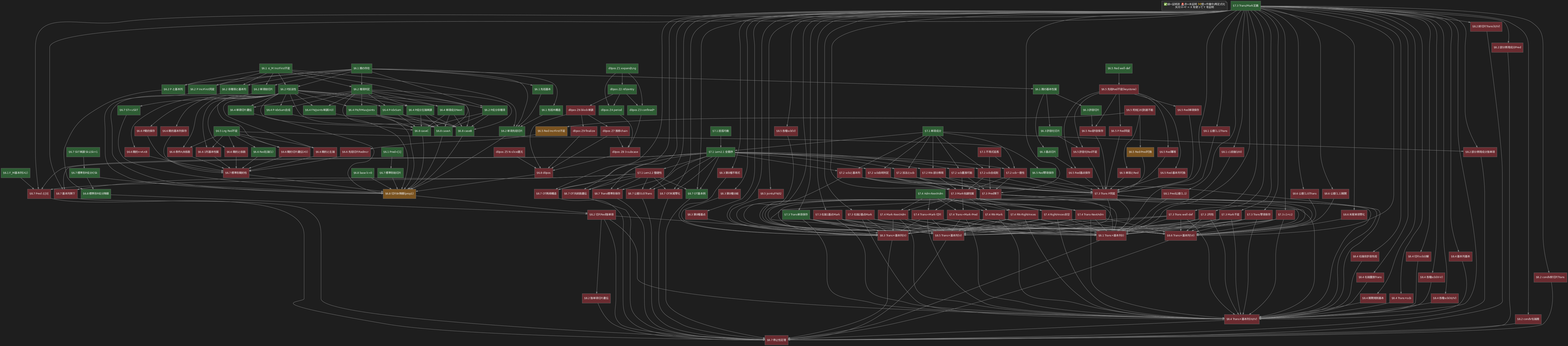
Earlier version of the Graphviz export dag.png (koteitan/pss-proof). Its source is kept beside it as dag.dot. The source it was exported from:
```dot
digraph pss {
  rankdir=TB;   /* 前提(上) → 結論(下)、ゴール §8.7 を最下段に */
  graph [nodesep=0.18, ranksep=0.6, bgcolor="#1e1e1e"];
  node [fontcolor="#eaeaea", color="#666666"];
  edge [color="#7a7a7a", arrowsize=0.6];
  node [shape=box, style=filled, fontsize=10, fontname="sans"];
  edge [color="#888888", arrowsize=0.6];
  G [label="✅緑=証明済  🚨赤=未証明  🚧橙=作業中/再定式化\n矢印 X→Y = X を使って Y を証明", shape=note, fillcolor="#2a2a2a"];

  /* ===== color classes ===== */
  /* green #2e5d34, red #6b2b30, orange #7a5320 */

  /* ===================== §8.7 主結果 (ROOT) ===================== */
    T87 [label="§8.7 停止性定理", fillcolor="#6b2b30"];
    a_const00 [label="§8.7 公差(0,0)Trans", fillcolor="#6b2b30"];
    a_fseq [label="§8.7 基本列降下", fillcolor="#6b2b30"];
    a_otrec [label="§8.7 OT再帰構造", fillcolor="#6b2b30"];
    a_otdom [label="§8.7 OT共終数遺伝", fillcolor="#6b2b30"];
    a_ottail [label="§8.7 OT末尾零化", fillcolor="#6b2b30"];
    a_pred0 [label="§8.7 Pred と[0]", fillcolor="#6b2b30"];
    a_otex [label="§8.7 OT基本例", fillcolor="#2e5d34"];
    a_transOT [label="§8.7 Trans標準形保存", fillcolor="#6b2b30"];

  /* ===================== §8.2 強単項性 (critical) ===================== */
    p82_sm [label="§8.2 切片Red強単項", fillcolor="#6b2b30"];
    p82_t24 [label="§8.2 終切片Trans(II/IV)", fillcolor="#6b2b30"];
    p82_smsl [label="§8.2 強単項切片遺伝", fillcolor="#6b2b30"];
    p82_cPred [label="§8.2 部分表現成分Pred", fillcolor="#6b2b30"];
    p82_csm [label="§8.2 部分表現成分強単項", fillcolor="#6b2b30"];
    p82_vpar [label="§8.2 condV右端親", fillcolor="#6b2b30"];
    p82_vt [label="§8.2 condV終切片Trans", fillcolor="#6b2b30"];

  /* ===================== §8.1/3/4/5/6 展開規則 ===================== */
    p81_ex [label="§8.1 Trans×基本列(I)", fillcolor="#6b2b30"];
    p81_d11 [label="§8.1 公差(1,1)Trans", fillcolor="#6b2b30"];
    p81_pd [label="§8.1 Pred公差(1,1)", fillcolor="#6b2b30"];
    p81_c1 [label="§8.1 c1前後(I/III)", fillcolor="#6b2b30"];
    p83_ex [label="§8.3 Trans×基本列(II)", fillcolor="#6b2b30"];
    p83_iq [label="§8.3 第0種不等式", fillcolor="#6b2b30"];
    p83_br [label="§8.3 第0種分岐", fillcolor="#6b2b30"];
    p83_mk [label="§8.3 第0種基点", fillcolor="#6b2b30"];
    p84_ex [label="§8.4 Trans×基本列(III/IV)", fillcolor="#6b2b30"];
    p84_na [label="§8.4 右端非許容先祖", fillcolor="#6b2b30"];
    p84_rp [label="§8.4 右端置換Trans", fillcolor="#6b2b30"];
    p84_rule [label="§8.4 展開規則基本", fillcolor="#6b2b30"];
    p84_scb [label="§8.4 Trans×scb", fillcolor="#6b2b30"];
    p84_sl [label="§8.4 切片scb分解", fillcolor="#6b2b30"];
    p84_sv [label="§8.4 各種scb(III-V)", fillcolor="#6b2b30"];
    p84_s4 [label="§8.4 各種scb(III/IV)", fillcolor="#6b2b30"];
    p84_fs [label="§8.4 基本列基本", fillcolor="#6b2b30"];
    p85_ex [label="§8.5 Trans×基本列(V)", fillcolor="#6b2b30"];
    p85_jf [label="§8.5 Joints/FN/t2", fillcolor="#6b2b30"];
    p85_scb [label="§8.5 各種scb(V)", fillcolor="#6b2b30"];
    p86_ex [label="§8.6 Trans×基本列(VI)", fillcolor="#6b2b30"];
    p86_d10 [label="§8.6 公差(1,0)Trans", fillcolor="#6b2b30"];
    p86_d11 [label="§8.6 公差(1,1)展開", fillcolor="#6b2b30"];
    p86_an [label="§8.6 末尾単項零化", fillcolor="#6b2b30"];

  /* ===================== §7.3 翻訳写像 ===================== */
    transdef [label="§7.3 Trans/Mark定義", fillcolor="#2e5d34"];
    p73_wd [label="§7.3 Trans well-def", fillcolor="#6b2b30"];
    p73_2col [label="§7.3 2列性", fillcolor="#6b2b30"];
    p73_Pinv [label="§7.3 Trans P同変", fillcolor="#6b2b30"];
    p73_Mkinv [label="§7.3 Mark不変", fillcolor="#6b2b30"];
    p73_zero [label="§7.3 Trans零項保存", fillcolor="#6b2b30"];
    p73_c1c2 [label="§7.3 c1<c2", fillcolor="#6b2b30"];
    p73_pred [label="§7.3 Pred降下", fillcolor="#6b2b30"];
    p73_mono [label="§7.3 Trans単項保存", fillcolor="#2e5d34"];
    p73_mk1 [label="§7.3 右端1基点Mark", fillcolor="#6b2b30"];
    p73_mk2 [label="§7.3 右端2基点Mark", fillcolor="#6b2b30"];
    p73_etc [label="§7.3 Mark他諸性質", fillcolor="#6b2b30"];

  /* ===================== §7.4 許容的親子 ===================== */
    p74_adm [label="§7.4 Adm-NextAdm", fillcolor="#2e5d34"];
    p74_tna [label="§7.4 Trans-NextAdm", fillcolor="#6b2b30"];
    p74_mna [label="§7.4 Mark-NextAdm", fillcolor="#6b2b30"];
    p74_tmp [label="§7.4 Trans=Mark·Pred", fillcolor="#6b2b30"];
    p74_tms [label="§7.4 Trans=Mark·切片", fillcolor="#6b2b30"];
    p74_rnm [label="§7.4 RN-Mark", fillcolor="#6b2b30"];
    p74_rnra [label="§7.4 RN-RightAnces", fillcolor="#6b2b30"];
    p74_razero [label="§7.4 RightAnces非空", fillcolor="#6b2b30"];

  /* ===================== §7.2 scb 分解 ===================== */
    s_repl [label="§7.2 scb置換可能", fillcolor="#6b2b30"];
    s_comp [label="§7.2 scb合成則", fillcolor="#6b2b30"];
    s_triv [label="§7.2 scb自明判定", fillcolor="#6b2b30"];
    s_uniq [label="§7.2 scb一意性", fillcolor="#6b2b30"];
    s_add [label="§7.2 加法とscb", fillcolor="#6b2b30"];
    s_fseq [label="§7.2 scbと基本列", fillcolor="#6b2b30"];
    s_rn [label="§7.2 RN-部分表現", fillcolor="#6b2b30"];

  /* ===================== §7.1 Buchholz表記 ===================== */
    p71_par [label="§7.1 括弧均衡", fillcolor="#2e5d34"];
    p71_tc [label="§7.1 単項成分", fillcolor="#2e5d34"];
    p71_ext [label="§7.1 不等式延長", fillcolor="#6b2b30"];
    lem21 [label="§7.1 Lem2.1 全順序", fillcolor="#2e5d34"];
    lem22 [label="§7.1 Lem2.2 整礎性", fillcolor="#6b2b30"];

  /* ===================== §6.8 降順性 ===================== */
    p68_p1 [label="§6.8 切片Br降順(prop1)", fillcolor="#7a5320"];
    p68_p2 [label="§6.8 標準形P成分降順", fillcolor="#2e5d34"];
    c_base [label="§6.8 base k=0", fillcolor="#2e5d34"];
    c_A [label="§6.8 caseA", fillcolor="#2e5d34"];
    c_B [label="§6.8 caseB", fillcolor="#2e5d34"];
    c_C [label="§6.8 caseC", fillcolor="#2e5d34"];
    c_d0pos [label="§6.8 d0pos", fillcolor="#6b2b30"];

  /* d0pos infra Z1-Z9 */
    Z1 [label="d0pos Z1 expand/Lng", fillcolor="#2e5d34"];
    Z2 [label="d0pos Z2 nth/entry", fillcolor="#2e5d34"];
    Z3 [label="d0pos Z3 confined*", fillcolor="#2e5d34"];
    Z4 [label="d0pos Z4 period", fillcolor="#2e5d34"];
    Z5 [label="d0pos Z5 N-slice還元", fillcolor="#6b2b30"];
    Z6 [label="d0pos Z6 block単調", fillcolor="#6b2b30"];
    Z7 [label="d0pos Z7 推移chain", fillcolor="#6b2b30"];
    Z8 [label="d0pos Z8 3-subcase", fillcolor="#6b2b30"];
    Z9 [label="d0pos Z9 finalize", fillcolor="#6b2b30"];

  /* ===================== §6.7 標準形 ===================== */
    p67_un [label="§6.7 ST=∪SkT", fillcolor="#2e5d34"];
    p67_red [label="§6.7 標準形簡約性", fillcolor="#6b2b30"];
    p67_Pc [label="§6.7 標準形P成分∈Sk", fillcolor="#2e5d34"];
    p67_pre [label="§6.7 標準形始切片", fillcolor="#2e5d34"];
    SkTmono [label="§6.7 SkT単調 Sk⊆Sk+1", fillcolor="#2e5d34"];

  /* ===================== §6.6 簡約性 ===================== */
    p66_sl [label="§6.6 簡約切片遺伝(A5)", fillcolor="#6b2b30"];
    p66_P [label="§6.6 P簡約保存", fillcolor="#6b2b30"];
    p66_op [label="§6.6 簡約基本列保存", fillcolor="#6b2b30"];
    p66_iff [label="§6.6 簡約⟺A∧B", fillcolor="#6b2b30"];
    p66_le1 [label="§6.6 Red左端(1)", fillcolor="#2e5d34"];
    p66_coef [label="§6.6 簡約と係数", fillcolor="#6b2b30"];
    p66_le [label="§6.6 簡約と左端", fillcolor="#6b2b30"];
    p66_AB [label="§6.6 条件A/B係数", fillcolor="#6b2b30"];
    p66_ari [label="§6.6 先祖切片RedIncr", fillcolor="#6b2b30"];
    p66_1c [label="§6.6 1列基本性質", fillcolor="#6b2b30"];

  /* ===================== §6.5 簡約化 Red ===================== */
    r_wd [label="§6.5 Red well-def", fillcolor="#2e5d34"];
    r_incr [label="§6.5 Red IncrFirst不変", fillcolor="#7a5320"];
    r_lng [label="§6.5 Lng Red不変", fillcolor="#2e5d34"];
    r_zero [label="§6.5 Red零項保存", fillcolor="#2e5d34"];
    r_le [label="§6.5 先祖Red不変(keystone)", fillcolor="#6b2b30"];
    r_mono [label="§6.5 Red単項保存", fillcolor="#6b2b30"];
    r_PRed [label="§6.5 P Red同変", fillcolor="#6b2b30"];
    r_idem [label="§6.5 Red冪等", fillcolor="#6b2b30"];
    r_pred [label="§6.5 Red·Pred可換", fillcolor="#7a5320"];
    r_oper [label="§6.5 Red·基本列可換", fillcolor="#6b2b30"];
    r_adm [label="§6.5 Red許容保存", fillcolor="#6b2b30"];
    r_admof [label="§6.5 許容化Red不変", fillcolor="#6b2b30"];
    r_mark [label="§6.5 Red基点保存", fillcolor="#6b2b30"];
    r_mRed [label="§6.5 単項とRed", fillcolor="#6b2b30"];
    dead20 [label="§6.5 死枝[20]到達不能", fillcolor="#6b2b30"];

  /* ===================== §6.1-6.4 (全✅) ===================== */
    p64_idx [label="§6.4 P-IdxSum", fillcolor="#2e5d34"];
    p64_idxc [label="§6.4 P-IdxSum合成", fillcolor="#2e5d34"];
    p64_lend [label="§6.4 P成分左端単調", fillcolor="#2e5d34"];
    p64_next [label="§6.4 単項成分Next", fillcolor="#2e5d34"];
    p64_ftj [label="§6.4 FN/TrMax/Joints", fillcolor="#2e5d34"];
    p64_ftjm [label="§6.4 FN/Joints単調(A3)", fillcolor="#2e5d34"];
    p64_sl [label="§6.4 単項切片遺伝", fillcolor="#2e5d34"];
    p62_crit [label="§6.2 複項判定", fillcolor="#2e5d34"];
    p62_pre [label="§6.2 単項始切片", fillcolor="#2e5d34"];
    p62_anc [label="§6.2 単項先祖切片", fillcolor="#2e5d34"];
    p62_Pinv [label="§6.2 P IncrFirst同変", fillcolor="#2e5d34"];
    p62_Pnm [label="§6.2 P成分非複項", fillcolor="#2e5d34"];
    p62_Padd [label="§6.2 P加法性", fillcolor="#2e5d34"];
    p62_Pop [label="§6.2 P と基本列", fillcolor="#2e5d34"];
    p62_nmop [label="§6.2 非複項と基本列", fillcolor="#2e5d34"];
    p63_sl [label="§6.3 許容切片", fillcolor="#2e5d34"];
    p63_of [label="§6.3 許容化切片", fillcolor="#2e5d34"];
    p63_mk [label="§6.3 基点切片", fillcolor="#2e5d34"];
    p61 [label="§6.1 ≤_M IncrFirst不変", fillcolor="#2e5d34"];
    p5_pex [label="§6.1 親の存在", fillcolor="#2e5d34"];
    p5_pb [label="§6.1 親の基本性質", fillcolor="#2e5d34"];
    p5_ab [label="§6.1 先祖基本", fillcolor="#2e5d34"];
    p5_at [label="§6.1 先祖木構造", fillcolor="#2e5d34"];
    p5_pred [label="§6.1 Pred=[1]", fillcolor="#2e5d34"];
    p5_F [label="§6.1 F_M基本列(A1)", fillcolor="#2e5d34"];

  /* ===================== EDGES (前提 → 結論) ===================== */
  /* --- §8.7 root (sink) --- */
  {a_const00 a_fseq a_otrec a_otdom a_ottail a_pred0 a_otex a_transOT} -> T87;
  {p81_ex p83_ex p84_ex p85_ex p86_ex p82_sm} -> T87;

  /* --- critical path --- */
  p68_p1 -> p82_sm;
  p82_sm -> p82_smsl;
  transdef -> {p82_t24 p82_csm p82_cPred p82_vpar p82_vt};
  p71_tc -> p82_csm;

  /* --- §6.8 prop1 internal --- */
  {c_base c_A c_B c_C c_d0pos} -> p68_p1;
  {p62_Padd p62_Pnm p62_crit p64_idx p64_next p64_ftj p64_lend} -> {c_A c_B c_C};
  p67_Pc -> p68_p1;
  {Z5 Z6 Z7 Z8 Z9} -> c_d0pos;
  Z1 -> Z2; Z2 -> Z3; Z2 -> Z4; Z1 -> Z3; Z1 -> Z4;
  Z2 -> Z6; Z6 -> Z7; Z7 -> Z8; Z3 -> Z8; Z4 -> Z8; Z6 -> Z9;
  p67_Pc -> p68_p2; p62_Pop -> p68_p2;
  SkTmono -> p67_Pc;

  /* --- §6.5 internal (A4 / dead20) --- */
  r_lng -> r_zero;
  dead20 -> r_incr;
  dead20 -> r_pred;
  dead20 -> r_mRed;
  r_le -> {r_mono r_PRed r_idem r_oper r_adm r_admof r_mark};
  r_wd -> r_le;

  /* --- §6.6 --- */
  r_lng -> p66_le1;
  p62_Padd -> {p66_P p66_op p66_iff};
  r_incr -> p66_ari;

  /* --- §6.7 --- */
  p62_pre -> p67_un;
  p5_pred -> p67_pre;
  p66_iff -> p67_red;

  /* --- §7.1 → §7.2 → §7.3 → §7.4 --- */
  {p71_par p71_tc} -> lem21;
  lem21 -> lem22;
  p71_ext -> {s_comp s_uniq};
  {lem21 p71_tc} -> {s_repl s_comp s_triv s_uniq s_add s_fseq s_rn};
  transdef -> {p73_wd p73_2col p73_Pinv p73_Mkinv p73_zero p73_c1c2 p73_pred p73_mono p73_mk1 p73_mk2 p73_etc};
  {s_repl s_comp s_triv s_uniq s_add s_fseq s_rn} -> {p73_Pinv p73_pred p73_etc};
  {p73_etc p74_adm} -> {p74_tna p74_mna p74_tmp p74_tms p74_rnm p74_rnra p74_razero};

  /* --- §7.3/§7.4 Trans/Mark 諸性質 → §8 展開規則 --- */
  {p73_wd p73_2col p73_Pinv p73_Mkinv p73_zero p73_c1c2 p73_pred p73_mono p73_mk1 p73_mk2 p73_etc
   p74_tna p74_mna p74_tmp p74_tms p74_rnm p74_rnra p74_razero} -> {p81_ex p83_ex p84_ex p85_ex p86_ex};

  /* --- §8.x: 定義+補助補題 → 各節の主交換命題 → T87 --- */
  transdef -> {p81_ex p81_d11 p81_pd p81_c1
               p83_ex p83_iq p83_br p83_mk
               p84_ex p84_na p84_rp p84_rule p84_scb p84_sl p84_sv p84_s4 p84_fs
               p85_ex p85_jf p85_scb  p86_ex p86_d10 p86_d11 p86_an};
  {p81_d11 p81_pd p81_c1} -> p81_ex;
  {p83_iq p83_br p83_mk} -> p83_ex;
  {p84_na p84_rp p84_rule p84_scb p84_sl p84_sv p84_s4 p84_fs} -> p84_ex;
  {p85_jf p85_scb} -> p85_ex;
  {p86_d10 p86_d11 p86_an} -> p86_ex;
  s_uniq -> p84_ex; s_fseq -> p85_ex; p82_sm -> {p83_ex p84_ex};

  /* --- §8.2 残りの補題 → T87 --- */
  {p82_t24 p82_smsl p82_cPred p82_csm p82_vpar p82_vt} -> T87;

  /* --- §8.7 補助 → T87(既), 整礎性も寄与 --- */
  {transdef lem21 lem22} -> {a_const00 a_fseq a_otrec a_otdom a_ottail a_pred0 a_otex a_transOT};

  /* --- §6.x foundations (sources) --- */
  {p5_pex p61} -> {p62_crit p62_pre p62_anc p62_Pinv p62_Pnm p62_Padd p62_Pop p62_nmop};
  {p62_Padd p62_crit} -> {p64_idx p64_idxc p64_lend p64_next p64_ftj p64_ftjm p64_sl};
  p5_pb -> {p63_sl p63_of p63_mk};
  p5_pex -> {p5_pb p5_ab p5_at};

  /* --- coarse 下流配線: T87 以外の dead-end を解消 (節間, 向き=前提→結論) --- */
  {p5_ab p5_at} -> p62_anc;
  p5_F -> a_pred0;
  {p62_Pinv p62_anc p62_nmop} -> p68_p1;
  {p64_idxc p64_ftjm p64_sl} -> p68_p1;
  p63_sl -> r_adm; p63_of -> r_admof; p63_mk -> r_mark;
  {r_mono r_PRed r_idem r_oper r_zero r_adm r_admof r_mark r_pred r_mRed} -> p73_Pinv;
  {p62_Padd r_lng} -> {p66_coef p66_le p66_AB p66_1c p66_sl};
  {p66_P p66_op p66_le1 p66_ari p66_coef p66_le p66_AB p66_1c p66_sl} -> p67_red;
  {p67_un p67_pre p67_red} -> p68_p1;
  p68_p2 -> p82_sm;

}
```
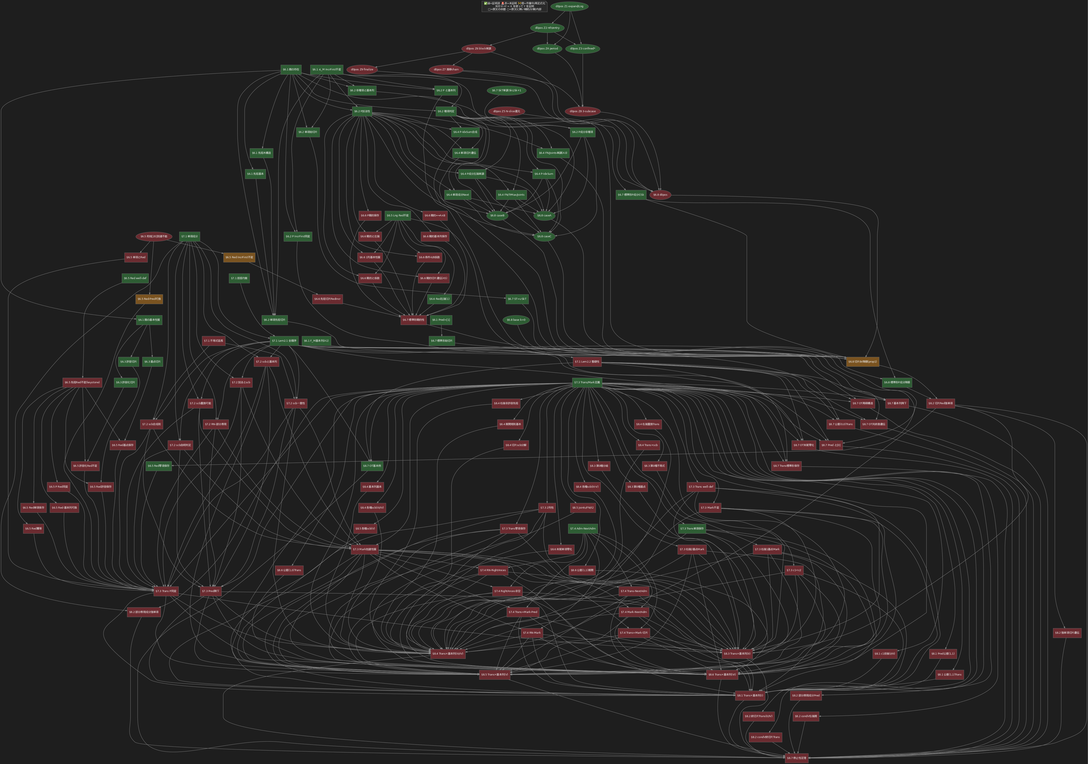
After the change.

Commit message:
dag: 2-column staircase for wide ranks + shape by article-presence

What changed in the source:
```diff
@@ -5,7 +5,13 @@
   edge [color="#7a7a7a", arrowsize=0.6];
   node [shape=box, style=filled, fontsize=10, fontname="sans"];
   edge [color="#888888", arrowsize=0.6];
-  G [label="✅緑=証明済  🚨赤=未証明  🚧橙=作業中/再定式化\n矢印 X→Y = X を使って Y を証明", shape=note, fillcolor="#2a2a2a"];
+  G [label="✅緑=証明済  🚨赤=未証明  🚧橙=作業中/再定式化\n矢印 X→Y = X を使って Y を証明\n□=原文の命題  ○=原文に無い補助/分解/内部", shape=note, fillcolor="#2a2a2a"];
+
+  /* 原文に無い命題(我々の補助補題・証明内分解・内部)=楕円; 原文の命題=矩形(既定) */
+  c_base [shape=ellipse]; c_A [shape=ellipse]; c_B [shape=ellipse]; c_C [shape=ellipse]; c_d0pos [shape=ellipse];
+  Z1 [shape=ellipse]; Z2 [shape=ellipse]; Z3 [shape=ellipse]; Z4 [shape=ellipse]; Z5 [shape=ellipse];
+  Z6 [shape=ellipse]; Z7 [shape=ellipse]; Z8 [shape=ellipse]; Z9 [shape=ellipse];
+  SkTmono [shape=ellipse]; dead20 [shape=ellipse];
 
   /* ===== color classes ===== */
   /* green #2e5d34, red #6b2b30, orange #7a5320 */
```
